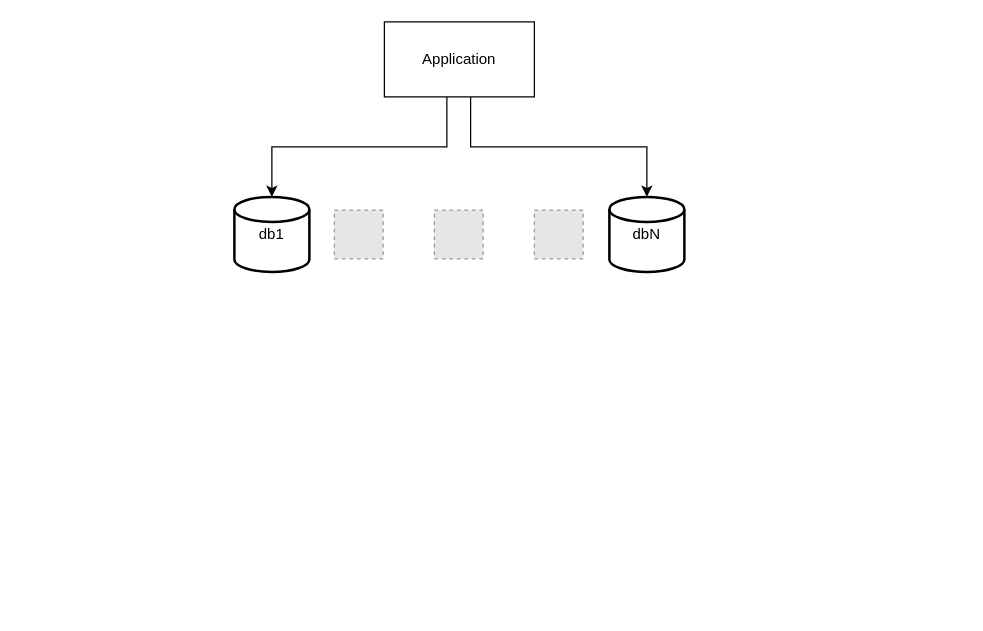
Earlier version of the draw.io diagram doc/Separate_database.drawio (starnowski/posmulten). Source tidied: cells renumbered, new cells numbered last; positions are measured from the earlier drawing's top-left corner, leaving out a move shared by most shapes. Both pictures are drawn from the tidied source at 125%, with x=0, y=0 at pixel (234, 21). Pictures stored in the file or linked from it are replaced by grey dashed boxes.
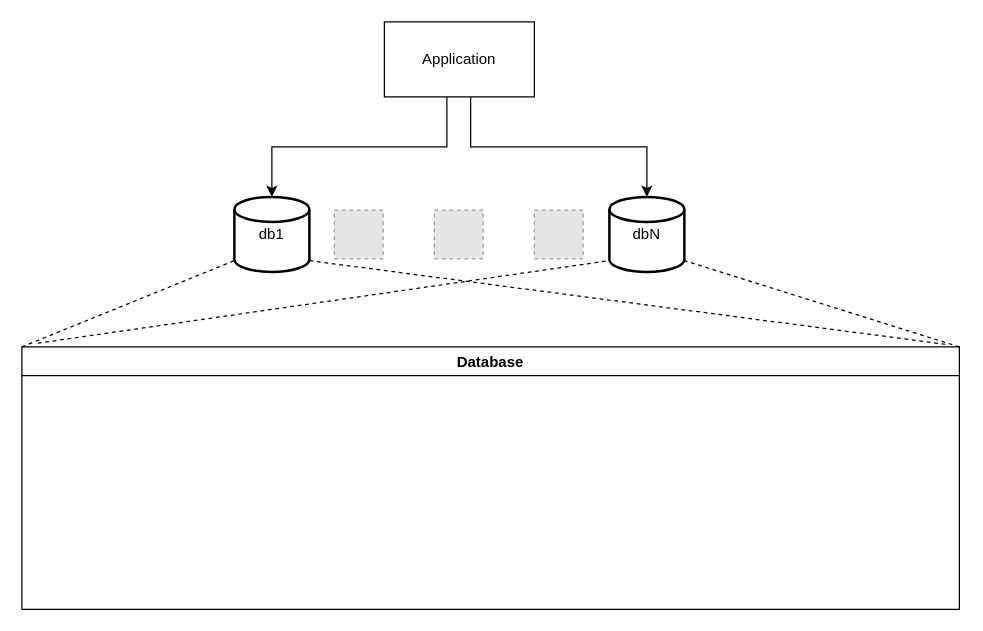
The same diagram, later.

Commit message:
#133 - Changed diagram for the separated database strategy. [skip travis]

Diff of the diagram source:
```diff
@@
 <mxGraphModel>
   <root>
     <mxCell id="0" />
     <mxCell id="1" parent="0" />
     <mxCell id="2" style="edgeStyle=orthogonalEdgeStyle;rounded=0;orthogonalLoop=1;jettySize=auto;html=1;sketch=0;shadow=0;" parent="1" edge="1">
       <mxGeometry relative="1" as="geometry">
         <mxPoint x="189" y="60" as="sourcePoint" />
         <mxPoint x="330" y="140" as="targetPoint" />
         <Array as="points">
           <mxPoint x="189" y="100" />
           <mxPoint x="330" y="100" />
         </Array>
       </mxGeometry>
     </mxCell>
     <mxCell id="3" style="edgeStyle=orthogonalEdgeStyle;rounded=0;jettySize=auto;html=1;entryX=0.5;entryY=0;entryDx=0;entryDy=0;" parent="1" edge="1" source="7">
       <mxGeometry relative="1" as="geometry">
         <mxPoint x="30" y="140" as="targetPoint" />
         <Array as="points">
           <mxPoint x="170" y="100" />
           <mxPoint x="30" y="100" />
         </Array>
       </mxGeometry>
     </mxCell>
     <mxCell id="4" style="fillColor=#E6E6E6;strokeColor=#999999;dashed=1;html=1;verticalAlign=top;verticalLabelPosition=bottom;labelBackgroundColor=#ffffff;" parent="1" vertex="1">
       <mxGeometry x="80" y="150.5" width="39" height="39" as="geometry" />
     </mxCell>
     <mxCell id="5" style="fillColor=#E6E6E6;strokeColor=#999999;dashed=1;html=1;verticalAlign=top;verticalLabelPosition=bottom;labelBackgroundColor=#ffffff;" parent="1" vertex="1">
       <mxGeometry x="160" y="150.5" width="39" height="39" as="geometry" />
     </mxCell>
     <mxCell id="6" style="fillColor=#E6E6E6;strokeColor=#999999;dashed=1;html=1;verticalAlign=top;verticalLabelPosition=bottom;labelBackgroundColor=#ffffff;" parent="1" vertex="1">
       <mxGeometry x="240" y="150.5" width="39" height="39" as="geometry" />
     </mxCell>
     <mxCell id="7" value="&lt;div&gt;Application&lt;/div&gt;" style="rounded=0;whiteSpace=wrap;html=1;" parent="1" vertex="1">
       <mxGeometry x="120" width="120" height="60" as="geometry" />
     </mxCell>
     <mxCell id="8" value="db1" style="strokeWidth=2;html=1;shape=mxgraph.flowchart.database;whiteSpace=wrap;" parent="1" vertex="1">
       <mxGeometry y="140" width="60" height="60" as="geometry" />
     </mxCell>
     <mxCell id="9" value="dbN" style="strokeWidth=2;html=1;shape=mxgraph.flowchart.database;whiteSpace=wrap;" parent="1" vertex="1">
       <mxGeometry x="300" y="140" width="60" height="60" as="geometry" />
     </mxCell>
+    <mxCell id="10" value="Database" style="swimlane;" parent="1" vertex="1">
+      <mxGeometry x="-170" y="260" width="750" height="210" as="geometry" />
+    </mxCell>
+    <mxCell id="11" style="endArrow=none;dashed=1;html=1;exitX=0;exitY=0;exitDx=0;exitDy=0;entryX=0;entryY=0.85;entryDx=0;entryDy=0;entryPerimeter=0;" parent="1" edge="1" source="10" target="8">
+      <mxGeometry relative="1" as="geometry" />
+    </mxCell>
+    <mxCell id="12" style="endArrow=none;dashed=1;html=1;entryX=1;entryY=0.85;entryDx=0;entryDy=0;entryPerimeter=0;exitX=0.985;exitY=-0.01;exitDx=0;exitDy=0;exitPerimeter=0;" parent="1" edge="1" source="10" target="8">
+      <mxGeometry relative="1" as="geometry" />
+    </mxCell>
+    <mxCell id="13" style="endArrow=none;dashed=1;html=1;entryX=0;entryY=0.85;entryDx=0;entryDy=0;entryPerimeter=0;exitX=0.017;exitY=-0.014;exitDx=0;exitDy=0;exitPerimeter=0;" parent="1" edge="1" source="10" target="9">
+      <mxGeometry relative="1" as="geometry" />
+    </mxCell>
+    <mxCell id="14" style="endArrow=none;dashed=1;html=1;entryX=1;entryY=0.85;entryDx=0;entryDy=0;entryPerimeter=0;exitX=1;exitY=0;exitDx=0;exitDy=0;" parent="1" edge="1" source="10" target="9">
+      <mxGeometry relative="1" as="geometry" />
+    </mxCell>
   </root>
 </mxGraphModel>
```
